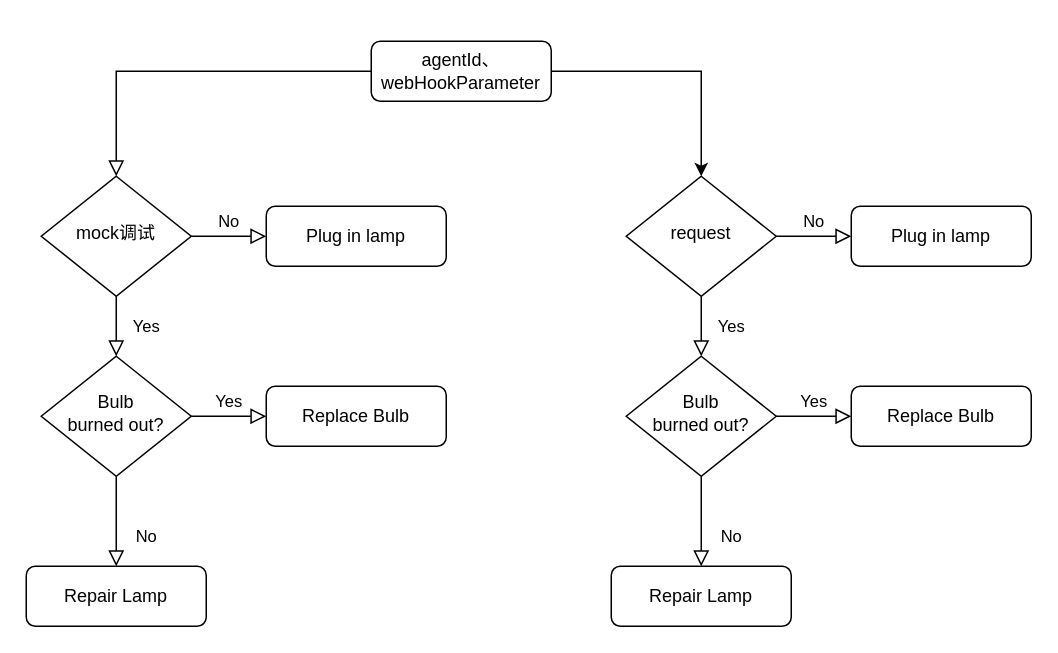
Earlier version of the draw.io diagram web/webHook.drawio (NefertariTraveler/JdbcHomeWork). Source tidied: cells renumbered, new cells numbered last; positions are measured from the earlier drawing's top-left corner, leaving out a move shared by most shapes. Both pictures are drawn from the tidied source at 150%, with x=0, y=0 at pixel (26, 40).
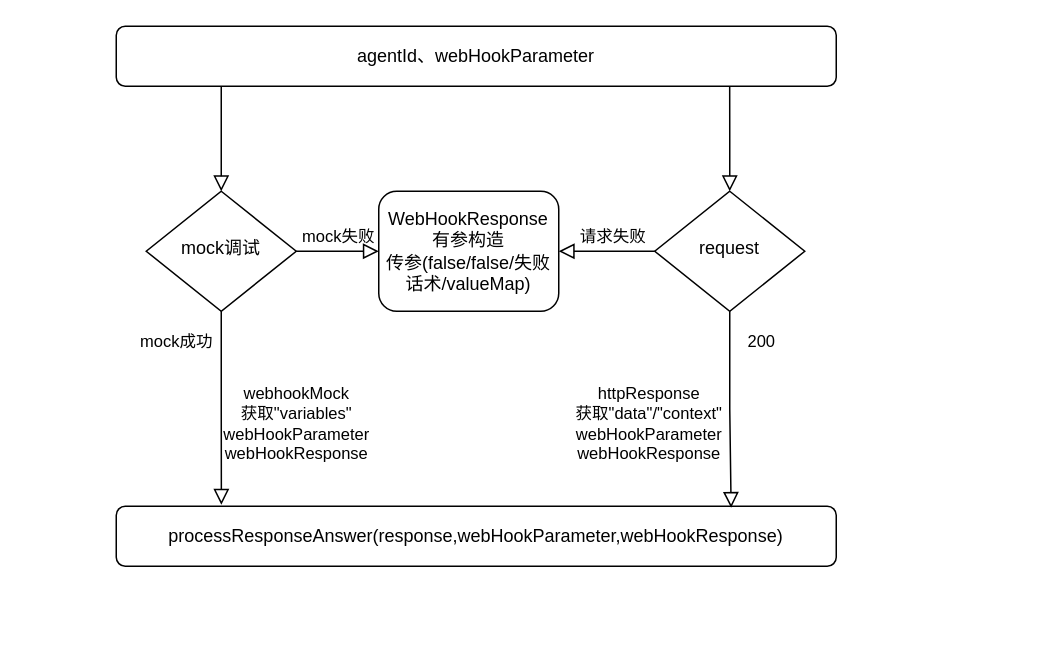
Above is the later version.

The edit, as a diff of the source:
```diff
@@
     <mxCell id="2" style="rounded=0;html=1;jettySize=auto;fontSize=11;endArrow=block;endFill=0;endSize=8;strokeWidth=1;shadow=0;labelBackgroundColor=none;edgeStyle=orthogonalEdgeStyle;" parent="1" edge="1" source="4" target="7">
-      <mxGeometry relative="1" as="geometry" />
+      <mxGeometry relative="1" as="geometry">
+        <Array as="points">
+          <mxPoint x="130" y="90" />
+          <mxPoint x="130" y="90" />
+        </Array>
+      </mxGeometry>
     </mxCell>
-    <mxCell id="3" style="edgeStyle=orthogonalEdgeStyle;rounded=0;jettySize=auto;html=1;entryX=0.5;entryY=0;entryDx=0;entryDy=0;" parent="1" edge="1" source="4" target="16">
-      <mxGeometry relative="1" as="geometry" />
-    </mxCell>
     <mxCell id="4" value="agentId、webHookParameter" style="rounded=1;whiteSpace=wrap;html=1;fontSize=12;glass=0;strokeWidth=1;shadow=0;" parent="1" vertex="1">
-      <mxGeometry x="230" width="120" height="40" as="geometry" />
+      <mxGeometry x="60" y="-10" width="480" height="40" as="geometry" />
     </mxCell>
-    <mxCell id="5" value="Yes" style="rounded=0;html=1;jettySize=auto;fontSize=11;endArrow=block;endFill=0;endSize=8;strokeWidth=1;shadow=0;labelBackgroundColor=none;edgeStyle=orthogonalEdgeStyle;" parent="1" edge="1" source="7" target="11">
-      <mxGeometry y="20" relative="1" as="geometry" />
+    <mxCell id="5" value="mock成功" style="rounded=0;html=1;jettySize=auto;fontSize=11;endArrow=block;endFill=0;endSize=8;strokeWidth=1;shadow=0;labelBackgroundColor=none;edgeStyle=orthogonalEdgeStyle;entryX=0.146;entryY=-0.025;entryDx=0;entryDy=0;entryPerimeter=0;" parent="1" edge="1" source="7" target="13">
+      <mxGeometry x="-0.69" y="-30" relative="1" as="geometry" />
     </mxCell>
-    <mxCell id="6" value="No" style="edgeStyle=orthogonalEdgeStyle;rounded=0;html=1;jettySize=auto;fontSize=11;endArrow=block;endFill=0;endSize=8;strokeWidth=1;shadow=0;labelBackgroundColor=none;" parent="1" edge="1" source="7" target="8">
+    <mxCell id="6" value="mock失败" style="edgeStyle=orthogonalEdgeStyle;rounded=0;html=1;jettySize=auto;fontSize=11;endArrow=block;endFill=0;endSize=8;strokeWidth=1;shadow=0;labelBackgroundColor=none;" parent="1" edge="1" source="7" target="8">
       <mxGeometry y="10" relative="1" as="geometry" />
     </mxCell>
     <mxCell id="7" value="mock调试" style="rhombus;whiteSpace=wrap;html=1;shadow=0;fontFamily=Helvetica;fontSize=12;align=center;strokeWidth=1;spacing=6;spacingTop=-4;" parent="1" vertex="1">
-      <mxGeometry x="10" y="90" width="100" height="80" as="geometry" />
+      <mxGeometry x="80" y="100" width="100" height="80" as="geometry" />
     </mxCell>
-    <mxCell id="8" value="Plug in lamp" style="rounded=1;whiteSpace=wrap;html=1;fontSize=12;glass=0;strokeWidth=1;shadow=0;" parent="1" vertex="1">
-      <mxGeometry x="160" y="110" width="120" height="40" as="geometry" />
+    <mxCell id="8" value="&lt;div&gt;WebHookResponse有参构造&lt;/div&gt;传参(false/false/失败话术/valueMap)" style="rounded=1;whiteSpace=wrap;html=1;fontSize=12;glass=0;strokeWidth=1;shadow=0;" parent="1" vertex="1">
+      <mxGeometry x="235" y="100" width="120" height="80" as="geometry" />
     </mxCell>
-    <mxCell id="9" value="No" style="rounded=0;html=1;jettySize=auto;fontSize=11;endArrow=block;endFill=0;endSize=8;strokeWidth=1;shadow=0;labelBackgroundColor=none;edgeStyle=orthogonalEdgeStyle;" parent="1" edge="1" source="11" target="12">
-      <mxGeometry x="0.33" y="20" relative="1" as="geometry" />
-    </mxCell>
-    <mxCell id="10" value="Yes" style="edgeStyle=orthogonalEdgeStyle;rounded=0;html=1;jettySize=auto;fontSize=11;endArrow=block;endFill=0;endSize=8;strokeWidth=1;shadow=0;labelBackgroundColor=none;" parent="1" edge="1" source="11" target="13">
-      <mxGeometry y="10" relative="1" as="geometry" />
-    </mxCell>
-    <mxCell id="11" value="Bulb&lt;br&gt;burned out?" style="rhombus;whiteSpace=wrap;html=1;shadow=0;fontFamily=Helvetica;fontSize=12;align=center;strokeWidth=1;spacing=6;spacingTop=-4;" parent="1" vertex="1">
-      <mxGeometry x="10" y="210" width="100" height="80" as="geometry" />
-    </mxCell>
-    <mxCell id="12" value="Repair Lamp" style="rounded=1;whiteSpace=wrap;html=1;fontSize=12;glass=0;strokeWidth=1;shadow=0;" parent="1" vertex="1">
-      <mxGeometry y="350" width="120" height="40" as="geometry" />
-    </mxCell>
-    <mxCell id="13" value="Replace Bulb" style="rounded=1;whiteSpace=wrap;html=1;fontSize=12;glass=0;strokeWidth=1;shadow=0;" parent="1" vertex="1">
-      <mxGeometry x="160" y="230" width="120" height="40" as="geometry" />
+    <mxCell id="13" value="processResponseAnswer(response,webHookParameter,webHookResponse)" style="rounded=1;whiteSpace=wrap;html=1;fontSize=12;glass=0;strokeWidth=1;shadow=0;" parent="1" vertex="1">
+      <mxGeometry x="60" y="310" width="480" height="40" as="geometry" />
     </mxCell>
-    <mxCell id="14" value="Yes" style="rounded=0;html=1;jettySize=auto;fontSize=11;endArrow=block;endFill=0;endSize=8;strokeWidth=1;shadow=0;labelBackgroundColor=none;edgeStyle=orthogonalEdgeStyle;" parent="1" edge="1" source="16" target="20">
-      <mxGeometry y="20" relative="1" as="geometry" />
+    <mxCell id="14" value="200" style="rounded=0;html=1;jettySize=auto;fontSize=11;endArrow=block;endFill=0;endSize=8;strokeWidth=1;shadow=0;labelBackgroundColor=none;edgeStyle=orthogonalEdgeStyle;entryX=0.854;entryY=0.025;entryDx=0;entryDy=0;entryPerimeter=0;" parent="1" edge="1" source="16" target="13">
+      <mxGeometry x="-0.7" y="21" relative="1" as="geometry" />
     </mxCell>
-    <mxCell id="15" value="No" style="edgeStyle=orthogonalEdgeStyle;rounded=0;html=1;jettySize=auto;fontSize=11;endArrow=block;endFill=0;endSize=8;strokeWidth=1;shadow=0;labelBackgroundColor=none;" parent="1" edge="1" source="16" target="17">
-      <mxGeometry y="10" relative="1" as="geometry" />
+    <mxCell id="15" value="请求失败" style="edgeStyle=orthogonalEdgeStyle;rounded=0;html=1;jettySize=auto;fontSize=11;endArrow=block;endFill=0;endSize=8;strokeWidth=1;shadow=0;labelBackgroundColor=none;entryX=1;entryY=0.5;entryDx=0;entryDy=0;" parent="1" edge="1" source="16" target="8">
+      <mxGeometry x="-0.14" y="-10" relative="1" as="geometry" />
     </mxCell>
     <mxCell id="16" value="request" style="rhombus;whiteSpace=wrap;html=1;shadow=0;fontFamily=Helvetica;fontSize=12;align=center;strokeWidth=1;spacing=6;spacingTop=-4;" parent="1" vertex="1">
-      <mxGeometry x="400" y="90" width="100" height="80" as="geometry" />
+      <mxGeometry x="419" y="100" width="100" height="80" as="geometry" />
     </mxCell>
-    <mxCell id="17" value="Plug in lamp" style="rounded=1;whiteSpace=wrap;html=1;fontSize=12;glass=0;strokeWidth=1;shadow=0;" parent="1" vertex="1">
-      <mxGeometry x="550" y="110" width="120" height="40" as="geometry" />
-    </mxCell>
-    <mxCell id="18" value="No" style="rounded=0;html=1;jettySize=auto;fontSize=11;endArrow=block;endFill=0;endSize=8;strokeWidth=1;shadow=0;labelBackgroundColor=none;edgeStyle=orthogonalEdgeStyle;" parent="1" edge="1" source="20" target="21">
-      <mxGeometry x="0.33" y="20" relative="1" as="geometry" />
-    </mxCell>
-    <mxCell id="19" value="Yes" style="edgeStyle=orthogonalEdgeStyle;rounded=0;html=1;jettySize=auto;fontSize=11;endArrow=block;endFill=0;endSize=8;strokeWidth=1;shadow=0;labelBackgroundColor=none;" parent="1" edge="1" source="20" target="22">
-      <mxGeometry y="10" relative="1" as="geometry" />
-    </mxCell>
-    <mxCell id="20" value="Bulb&lt;br&gt;burned out?" style="rhombus;whiteSpace=wrap;html=1;shadow=0;fontFamily=Helvetica;fontSize=12;align=center;strokeWidth=1;spacing=6;spacingTop=-4;" parent="1" vertex="1">
-      <mxGeometry x="400" y="210" width="100" height="80" as="geometry" />
-    </mxCell>
-    <mxCell id="21" value="Repair Lamp" style="rounded=1;whiteSpace=wrap;html=1;fontSize=12;glass=0;strokeWidth=1;shadow=0;" parent="1" vertex="1">
-      <mxGeometry x="390" y="350" width="120" height="40" as="geometry" />
-    </mxCell>
-    <mxCell id="22" value="Replace Bulb" style="rounded=1;whiteSpace=wrap;html=1;fontSize=12;glass=0;strokeWidth=1;shadow=0;" parent="1" vertex="1">
-      <mxGeometry x="550" y="230" width="120" height="40" as="geometry" />
-    </mxCell>
+    <mxCell id="23" value="&lt;div&gt;webhookMock&lt;/div&gt;&lt;div&gt;获取&quot;variables&quot;&lt;br&gt;&lt;/div&gt;&lt;div&gt;webHookParameter&lt;/div&gt;&lt;div&gt;webHookResponse&lt;br&gt;&lt;/div&gt;" style="text;html=1;align=center;verticalAlign=middle;strokeColor=none;fillColor=none;fontSize=11;" parent="1" vertex="1">
+      <mxGeometry x="120" y="220" width="120" height="70" as="geometry" />
+    </mxCell>
+    <mxCell id="24" value="&lt;div&gt;httpResponse&lt;/div&gt;&lt;div&gt;获取&quot;data&quot;/&quot;context&quot;&lt;/div&gt;&lt;div&gt;&lt;div&gt;webHookParameter&lt;/div&gt;webHookResponse&lt;/div&gt;" style="text;html=1;align=center;verticalAlign=middle;strokeColor=none;fillColor=none;fontSize=11;" parent="1" vertex="1">
+      <mxGeometry x="355" y="220" width="120" height="70" as="geometry" />
+    </mxCell>
+    <mxCell id="25" style="rounded=0;html=1;jettySize=auto;fontSize=11;endArrow=block;endFill=0;endSize=8;strokeWidth=1;shadow=0;labelBackgroundColor=none;edgeStyle=orthogonalEdgeStyle;exitX=0.852;exitY=1;exitDx=0;exitDy=0;exitPerimeter=0;" parent="1" edge="1" source="4">
+      <mxGeometry relative="1" as="geometry">
+        <mxPoint x="469" y="100" as="targetPoint" />
+      </mxGeometry>
+    </mxCell>
```
